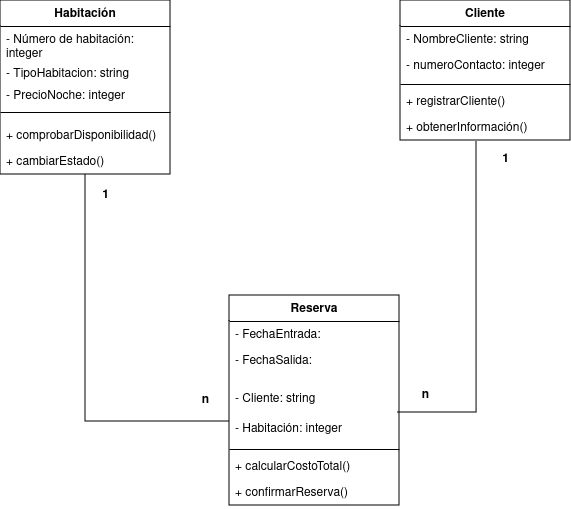
This is diagramas_clases_reservas.png from Cdiagal/Realizaci-n-del-diagrama-de-clases, a draw.io export, as it was before one commit. Source tidied: cells renumbered, new cells last; positions are measured from the earlier drawing's top-left corner, leaving out a move shared by most shapes. Source of this version:
```xml
<mxGraphModel>
  <root>
    <mxCell id="0" />
    <mxCell id="1" parent="0" />
    <mxCell id="2" value="Habitación" style="swimlane;fontStyle=1;align=center;verticalAlign=top;horizontal=1;startSize=26;whiteSpace=wrap;html=1;" parent="1" vertex="1">
      <mxGeometry width="170" height="174" as="geometry" />
    </mxCell>
    <mxCell id="3" value="&lt;div&gt;- Número de habitación: integer&lt;br&gt;&lt;/div&gt;&lt;div&gt;&lt;br&gt;&lt;/div&gt;" style="text;strokeColor=none;fillColor=none;align=left;verticalAlign=top;spacingLeft=4;spacingRight=4;overflow=hidden;whiteSpace=wrap;html=1;" parent="2" vertex="1">
      <mxGeometry y="26" width="170" height="34" as="geometry" />
    </mxCell>
    <mxCell id="4" value="- TipoHabitacion: string" style="text;strokeColor=none;fillColor=none;align=left;verticalAlign=top;spacingLeft=4;spacingRight=4;overflow=hidden;whiteSpace=wrap;html=1;" parent="2" vertex="1">
      <mxGeometry y="60" width="170" height="22" as="geometry" />
    </mxCell>
    <mxCell id="5" value="- PrecioNoche: integer" style="text;strokeColor=none;fillColor=none;align=left;verticalAlign=top;spacingLeft=4;spacingRight=4;overflow=hidden;whiteSpace=wrap;html=1;" parent="2" vertex="1">
      <mxGeometry y="82" width="170" height="20" as="geometry" />
    </mxCell>
    <mxCell id="6" style="line;strokeWidth=1;fillColor=none;align=left;verticalAlign=middle;spacingTop=-1;spacingLeft=3;spacingRight=3;labelPosition=right;strokeColor=inherit;" parent="2" vertex="1">
      <mxGeometry y="102" width="170" height="20" as="geometry" />
    </mxCell>
    <mxCell id="7" value="+ comprobarDisponibilidad()" style="text;strokeColor=none;fillColor=none;align=left;verticalAlign=top;spacingLeft=4;spacingRight=4;overflow=hidden;whiteSpace=wrap;html=1;" parent="2" vertex="1">
      <mxGeometry y="122" width="170" height="26" as="geometry" />
    </mxCell>
    <mxCell id="8" value="+ cambiarEstado()" style="text;strokeColor=none;fillColor=none;align=left;verticalAlign=top;spacingLeft=4;spacingRight=4;overflow=hidden;whiteSpace=wrap;html=1;" parent="2" vertex="1">
      <mxGeometry y="148" width="170" height="26" as="geometry" />
    </mxCell>
    <mxCell id="9" value="Cliente" style="swimlane;fontStyle=1;align=center;verticalAlign=top;horizontal=1;startSize=26;whiteSpace=wrap;html=1;" parent="1" vertex="1">
      <mxGeometry x="400" width="170" height="140" as="geometry" />
    </mxCell>
    <mxCell id="10" value="- NombreCliente: string" style="text;strokeColor=none;fillColor=none;align=left;verticalAlign=top;spacingLeft=4;spacingRight=4;overflow=hidden;whiteSpace=wrap;html=1;" parent="9" vertex="1">
      <mxGeometry y="26" width="170" height="26" as="geometry" />
    </mxCell>
    <mxCell id="11" value="- numeroContacto: integer" style="text;strokeColor=none;fillColor=none;align=left;verticalAlign=top;spacingLeft=4;spacingRight=4;overflow=hidden;whiteSpace=wrap;html=1;" parent="9" vertex="1">
      <mxGeometry y="52" width="170" height="28" as="geometry" />
    </mxCell>
    <mxCell id="12" style="line;strokeWidth=1;fillColor=none;align=left;verticalAlign=middle;spacingTop=-1;spacingLeft=3;spacingRight=3;labelPosition=right;strokeColor=inherit;" parent="9" vertex="1">
      <mxGeometry y="80" width="170" height="8" as="geometry" />
    </mxCell>
    <mxCell id="13" value="+ registrarCliente()" style="text;strokeColor=none;fillColor=none;align=left;verticalAlign=top;spacingLeft=4;spacingRight=4;overflow=hidden;whiteSpace=wrap;html=1;" parent="9" vertex="1">
      <mxGeometry y="88" width="170" height="26" as="geometry" />
    </mxCell>
    <mxCell id="14" value="+ obtenerInformación()" style="text;strokeColor=none;fillColor=none;align=left;verticalAlign=top;spacingLeft=4;spacingRight=4;overflow=hidden;points=[[0,0.5],[1,0.5]];portConstraint=eastwest;whiteSpace=wrap;html=1;" parent="9" vertex="1">
      <mxGeometry y="114" width="170" height="26" as="geometry" />
    </mxCell>
    <mxCell id="15" value="Reserva" style="swimlane;fontStyle=1;align=center;verticalAlign=top;horizontal=1;startSize=26;whiteSpace=wrap;html=1;" parent="1" vertex="1">
      <mxGeometry x="229" y="295" width="170" height="210" as="geometry" />
    </mxCell>
    <mxCell id="16" value="- FechaEntrada: " style="text;strokeColor=none;fillColor=none;align=left;verticalAlign=top;spacingLeft=4;spacingRight=4;overflow=hidden;whiteSpace=wrap;html=1;" parent="15" vertex="1">
      <mxGeometry y="26" width="170" height="26" as="geometry" />
    </mxCell>
    <mxCell id="17" value="- FechaSalida:" style="text;strokeColor=none;fillColor=none;align=left;verticalAlign=top;spacingLeft=4;spacingRight=4;overflow=hidden;whiteSpace=wrap;html=1;" parent="15" vertex="1">
      <mxGeometry y="52" width="170" height="38" as="geometry" />
    </mxCell>
    <mxCell id="18" value="&lt;div&gt;- Cliente: string&lt;/div&gt;&lt;div&gt;&lt;br&gt;&lt;/div&gt;" style="text;strokeColor=none;fillColor=none;align=left;verticalAlign=top;spacingLeft=4;spacingRight=4;overflow=hidden;points=[[0,0.5],[1,0.5]];portConstraint=eastwest;whiteSpace=wrap;html=1;" parent="15" vertex="1">
      <mxGeometry y="90" width="170" height="30" as="geometry" />
    </mxCell>
    <mxCell id="19" value="- Habitación: integer" style="text;strokeColor=none;fillColor=none;align=left;verticalAlign=top;spacingLeft=4;spacingRight=4;overflow=hidden;points=[[0,0.5],[1,0.5]];portConstraint=eastwest;whiteSpace=wrap;html=1;" parent="15" vertex="1">
      <mxGeometry y="120" width="170" height="30" as="geometry" />
    </mxCell>
    <mxCell id="20" style="line;strokeWidth=1;fillColor=none;align=left;verticalAlign=middle;spacingTop=-1;spacingLeft=3;spacingRight=3;labelPosition=right;strokeColor=inherit;" parent="15" vertex="1">
      <mxGeometry y="150" width="170" height="8" as="geometry" />
    </mxCell>
    <mxCell id="21" value="+ calcularCostoTotal()" style="text;strokeColor=none;fillColor=none;align=left;verticalAlign=top;spacingLeft=4;spacingRight=4;overflow=hidden;whiteSpace=wrap;html=1;" parent="15" vertex="1">
      <mxGeometry y="158" width="170" height="26" as="geometry" />
    </mxCell>
    <mxCell id="22" value="+ confirmarReserva()" style="text;strokeColor=none;fillColor=none;align=left;verticalAlign=top;spacingLeft=4;spacingRight=4;overflow=hidden;whiteSpace=wrap;html=1;" parent="15" vertex="1">
      <mxGeometry y="184" width="170" height="26" as="geometry" />
    </mxCell>
    <mxCell id="23" style="edgeStyle=orthogonalEdgeStyle;rounded=0;jettySize=auto;html=1;entryX=0;entryY=0.2;entryDx=0;entryDy=0;entryPerimeter=0;endArrow=none;endFill=0;" parent="1" edge="1" source="2" target="19">
      <mxGeometry relative="1" as="geometry" />
    </mxCell>
    <mxCell id="24" style="edgeStyle=orthogonalEdgeStyle;rounded=0;jettySize=auto;html=1;entryX=0.988;entryY=0.9;entryDx=0;entryDy=0;entryPerimeter=0;endArrow=none;endFill=0;exitX=0.447;exitY=1.038;exitDx=0;exitDy=0;exitPerimeter=0;" parent="1" edge="1" source="14" target="18">
      <mxGeometry relative="1" as="geometry" />
    </mxCell>
    <mxCell id="25" value="&lt;b&gt;1&lt;/b&gt;" style="text;html=1;align=center;verticalAlign=middle;strokeColor=none;fillColor=none;" parent="1" vertex="1">
      <mxGeometry x="490" y="144" width="30" height="30" as="geometry" />
    </mxCell>
    <mxCell id="26" value="&lt;b&gt;n&lt;/b&gt;" style="text;html=1;align=center;verticalAlign=middle;strokeColor=none;fillColor=none;" parent="1" vertex="1">
      <mxGeometry x="410" y="380" width="30" height="30" as="geometry" />
    </mxCell>
    <mxCell id="27" value="&lt;b&gt;n&lt;/b&gt;" style="text;html=1;align=center;verticalAlign=middle;strokeColor=none;fillColor=none;" parent="1" vertex="1">
      <mxGeometry x="190" y="385" width="30" height="30" as="geometry" />
    </mxCell>
    <mxCell id="28" value="&lt;b&gt;1&lt;/b&gt;" style="text;html=1;align=center;verticalAlign=middle;strokeColor=none;fillColor=none;" parent="1" vertex="1">
      <mxGeometry x="90" y="180" width="30" height="30" as="geometry" />
    </mxCell>
  </root>
</mxGraphModel>
```
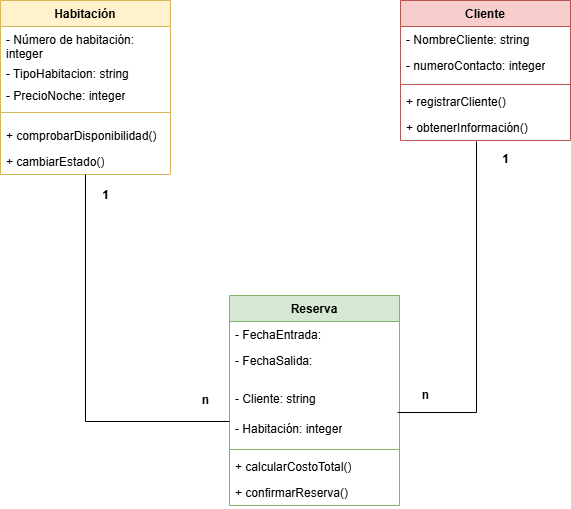
Above is the later version.

What changed in the source:
```diff
@@ -2,7 +2,7 @@
   <root>
     <mxCell id="0" />
     <mxCell id="1" parent="0" />
-    <mxCell id="2" value="Habitación" style="swimlane;fontStyle=1;align=center;verticalAlign=top;horizontal=1;startSize=26;whiteSpace=wrap;html=1;" parent="1" vertex="1">
+    <mxCell id="2" value="Habitación" style="swimlane;fontStyle=1;align=center;verticalAlign=top;horizontal=1;startSize=26;whiteSpace=wrap;html=1;fillColor=#fff2cc;strokeColor=#d6b656;" parent="1" vertex="1">
       <mxGeometry width="170" height="174" as="geometry" />
     </mxCell>
     <mxCell id="3" value="&lt;div&gt;- Número de habitación: integer&lt;br&gt;&lt;/div&gt;&lt;div&gt;&lt;br&gt;&lt;/div&gt;" style="text;strokeColor=none;fillColor=none;align=left;verticalAlign=top;spacingLeft=4;spacingRight=4;overflow=hidden;whiteSpace=wrap;html=1;" parent="2" vertex="1">
@@ -23,7 +23,7 @@
     <mxCell id="8" value="+ cambiarEstado()" style="text;strokeColor=none;fillColor=none;align=left;verticalAlign=top;spacingLeft=4;spacingRight=4;overflow=hidden;whiteSpace=wrap;html=1;" parent="2" vertex="1">
       <mxGeometry y="148" width="170" height="26" as="geometry" />
     </mxCell>
-    <mxCell id="9" value="Cliente" style="swimlane;fontStyle=1;align=center;verticalAlign=top;horizontal=1;startSize=26;whiteSpace=wrap;html=1;" parent="1" vertex="1">
+    <mxCell id="9" value="Cliente" style="swimlane;fontStyle=1;align=center;verticalAlign=top;horizontal=1;startSize=26;whiteSpace=wrap;html=1;fillColor=#f8cecc;strokeColor=#b85450;" parent="1" vertex="1">
       <mxGeometry x="400" width="170" height="140" as="geometry" />
     </mxCell>
     <mxCell id="10" value="- NombreCliente: string" style="text;strokeColor=none;fillColor=none;align=left;verticalAlign=top;spacingLeft=4;spacingRight=4;overflow=hidden;whiteSpace=wrap;html=1;" parent="9" vertex="1">
@@ -41,7 +41,7 @@
     <mxCell id="14" value="+ obtenerInformación()" style="text;strokeColor=none;fillColor=none;align=left;verticalAlign=top;spacingLeft=4;spacingRight=4;overflow=hidden;points=[[0,0.5],[1,0.5]];portConstraint=eastwest;whiteSpace=wrap;html=1;" parent="9" vertex="1">
       <mxGeometry y="114" width="170" height="26" as="geometry" />
     </mxCell>
-    <mxCell id="15" value="Reserva" style="swimlane;fontStyle=1;align=center;verticalAlign=top;horizontal=1;startSize=26;whiteSpace=wrap;html=1;" parent="1" vertex="1">
+    <mxCell id="15" value="Reserva" style="swimlane;fontStyle=1;align=center;verticalAlign=top;horizontal=1;startSize=26;whiteSpace=wrap;html=1;fillColor=#d5e8d4;strokeColor=#82b366;" parent="1" vertex="1">
       <mxGeometry x="229" y="295" width="170" height="210" as="geometry" />
     </mxCell>
     <mxCell id="16" value="- FechaEntrada: " style="text;strokeColor=none;fillColor=none;align=left;verticalAlign=top;spacingLeft=4;spacingRight=4;overflow=hidden;whiteSpace=wrap;html=1;" parent="15" vertex="1">
```
